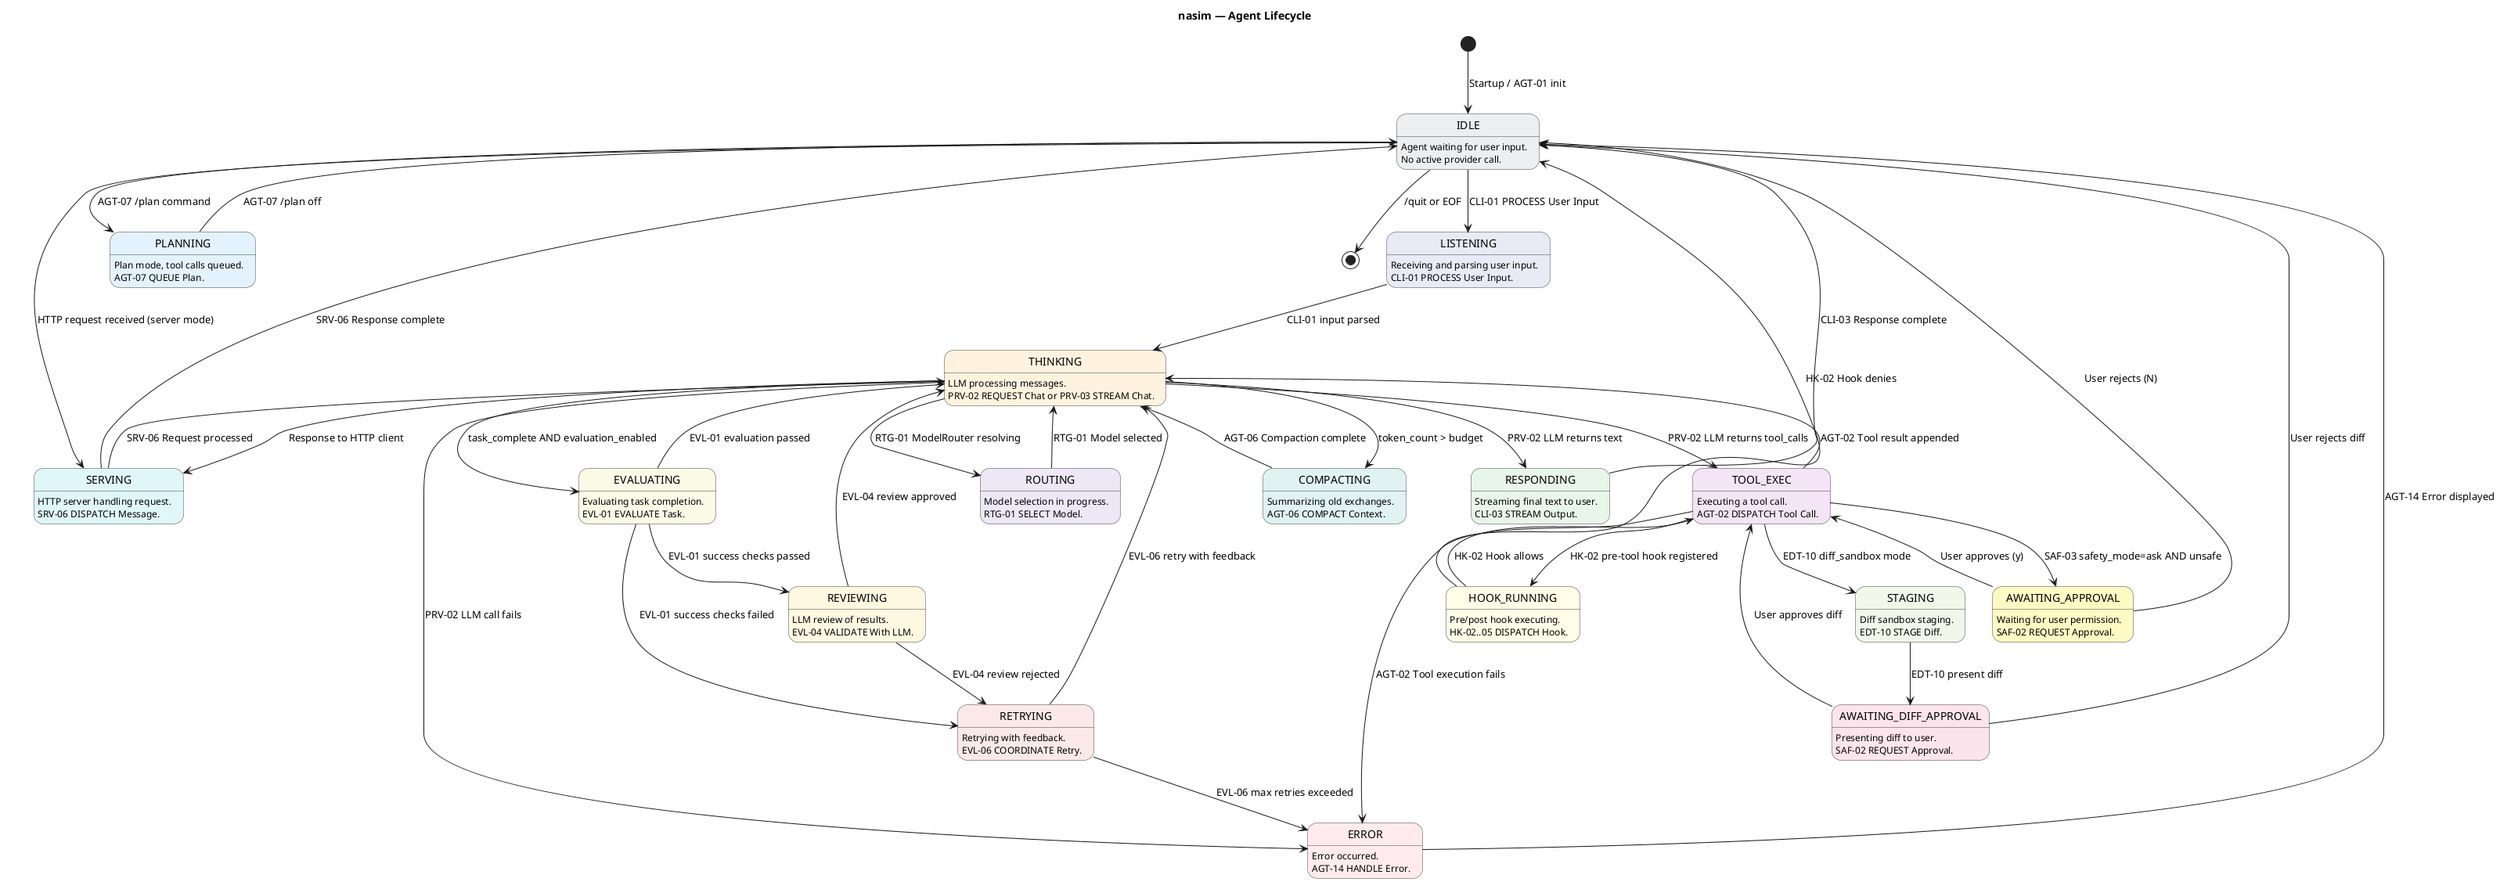
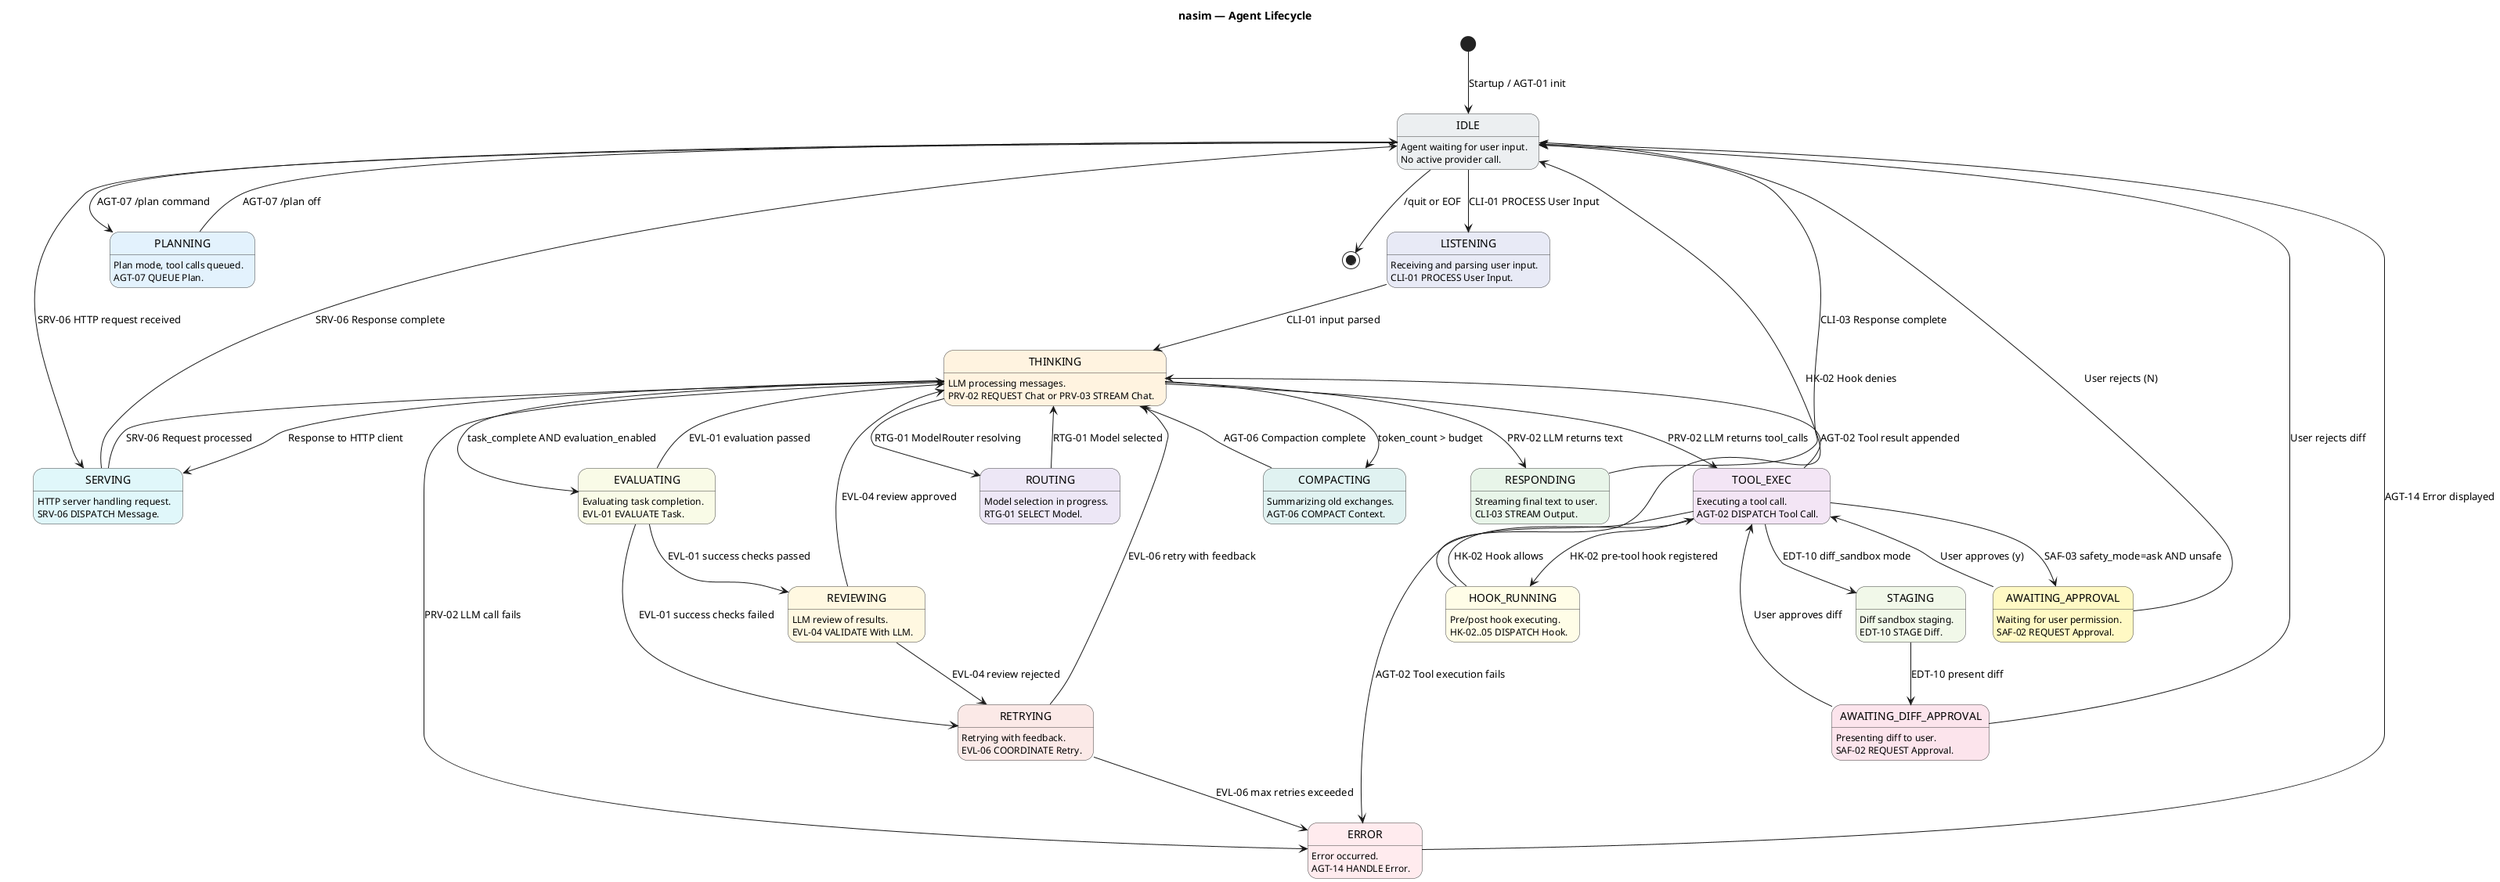
@startuml sm_agent_lifecycle
' ============================================================
' Title:     nasim — Agent Lifecycle State Machine
' Boundary:  nasim code agent CLI + HTTP API
' Purpose:   Process FSM showing all agent states and transitions
' Milestone: v1.0
' Version:   5.0.0
' Source:    docs/UC/README.md
' Review:    docs/audit/audit.2026.06.20.sq-sm-chain.car.md
' Note:      Process FSM, not entity lifecycle. SMT rules from sm.md
'            do not apply (documented deviation).
' Convention: All transitions are triggered by the corresponding UC ID
'            (e.g., EVL-01, EDT-10, AGT-07) as listed in docs/UC/README.md.
' ============================================================

title nasim — Agent Lifecycle

skinparam state {
  BackgroundColor #FFFFFF
  BorderColor #424242
  FontColor #000000
}

[*] --> IDLE : Startup / AGT-01 init

state "IDLE" as IDLE #ECEFF1
IDLE : Agent waiting for user input.
IDLE : No active provider call.

state "LISTENING" as LISTENING #E8EAF6
LISTENING : Receiving and parsing user input.
LISTENING : CLI-01 PROCESS User Input.

state "THINKING" as THINKING #FFF3E0
THINKING : LLM processing messages.
THINKING : PRV-02 REQUEST Chat or PRV-03 STREAM Chat.

state "TOOL_EXEC" as TOOL_EXEC #F3E5F5
TOOL_EXEC : Executing a tool call.
TOOL_EXEC : AGT-02 DISPATCH Tool Call.

state "RESPONDING" as RESPONDING #E8F5E9
RESPONDING : Streaming final text to user.
RESPONDING : CLI-03 STREAM Output.

state "ERROR" as ERROR #FFEBEE
ERROR : Error occurred.
ERROR : AGT-14 HANDLE Error.

state "COMPACTING" as COMPACTING #E0F2F1
COMPACTING : Summarizing old exchanges.
COMPACTING : AGT-06 COMPACT Context.

state "AWAITING_APPROVAL" as AWAITING_APPROVAL #FFF9C4
AWAITING_APPROVAL : Waiting for user permission.
AWAITING_APPROVAL : SAF-02 REQUEST Approval.

state "PLANNING" as PLANNING #E3F2FD
PLANNING : Plan mode, tool calls queued.
PLANNING : AGT-07 QUEUE Plan.

state "HOOK_RUNNING" as HOOK_RUNNING #FFFDE7
HOOK_RUNNING : Pre/post hook executing.
HOOK_RUNNING : HK-02..05 DISPATCH Hook.

state "ROUTING" as ROUTING #EDE7F6
ROUTING : Model selection in progress.
ROUTING : RTG-01 SELECT Model.

state "SERVING" as SERVING #E0F7FA
SERVING : HTTP server handling request.
SERVING : SRV-06 DISPATCH Message.

state "EVALUATING" as EVALUATING #F9FBE7
EVALUATING : Evaluating task completion.
EVALUATING : EVL-01 EVALUATE Task.

state "REVIEWING" as REVIEWING #FFF8E1
REVIEWING : LLM review of results.
REVIEWING : EVL-04 VALIDATE With LLM.

state "RETRYING" as RETRYING #FBE9E7
RETRYING : Retrying with feedback.
RETRYING : EVL-06 COORDINATE Retry.

state "STAGING" as STAGING #F1F8E9
STAGING : Diff sandbox staging.
STAGING : EDT-10 STAGE Diff.

state "AWAITING_DIFF_APPROVAL" as AWAITING_DIFF_APPROVAL #FCE4EC
AWAITING_DIFF_APPROVAL : Presenting diff to user.
AWAITING_DIFF_APPROVAL : SAF-02 REQUEST Approval.

IDLE --> LISTENING : CLI-01 PROCESS User Input
- IDLE --> SERVING : HTTP request received (server mode)
+ IDLE --> SERVING : SRV-06 HTTP request received
IDLE --> [*] : /quit or EOF

LISTENING --> THINKING : CLI-01 input parsed

THINKING --> RESPONDING : PRV-02 LLM returns text
THINKING --> TOOL_EXEC : PRV-02 LLM returns tool_calls
THINKING --> COMPACTING : token_count > budget
THINKING --> ROUTING : RTG-01 ModelRouter resolving
THINKING --> ERROR : PRV-02 LLM call fails
THINKING --> SERVING : Response to HTTP client
THINKING --> EVALUATING : task_complete AND evaluation_enabled

ROUTING --> THINKING : RTG-01 Model selected

TOOL_EXEC --> THINKING : AGT-02 Tool result appended
TOOL_EXEC --> AWAITING_APPROVAL : SAF-03 safety_mode=ask AND unsafe
TOOL_EXEC --> HOOK_RUNNING : HK-02 pre-tool hook registered
TOOL_EXEC --> ERROR : AGT-02 Tool execution fails
TOOL_EXEC --> STAGING : EDT-10 diff_sandbox mode

HOOK_RUNNING --> TOOL_EXEC : HK-02 Hook allows
HOOK_RUNNING --> IDLE : HK-02 Hook denies

AWAITING_APPROVAL --> TOOL_EXEC : User approves (y)
AWAITING_APPROVAL --> IDLE : User rejects (N)

COMPACTING --> THINKING : AGT-06 Compaction complete

RESPONDING --> IDLE : CLI-03 Response complete

ERROR --> IDLE : AGT-14 Error displayed

SERVING --> THINKING : SRV-06 Request processed
SERVING --> IDLE : SRV-06 Response complete

IDLE --> PLANNING : AGT-07 /plan command
PLANNING --> IDLE : AGT-07 /plan off

EVALUATING --> REVIEWING : EVL-01 success checks passed
EVALUATING --> RETRYING : EVL-01 success checks failed
EVALUATING --> THINKING : EVL-01 evaluation passed

REVIEWING --> THINKING : EVL-04 review approved
REVIEWING --> RETRYING : EVL-04 review rejected

RETRYING --> THINKING : EVL-06 retry with feedback
RETRYING --> ERROR : EVL-06 max retries exceeded

STAGING --> AWAITING_DIFF_APPROVAL : EDT-10 present diff

AWAITING_DIFF_APPROVAL --> TOOL_EXEC : User approves diff
AWAITING_DIFF_APPROVAL --> IDLE : User rejects diff

@enduml
